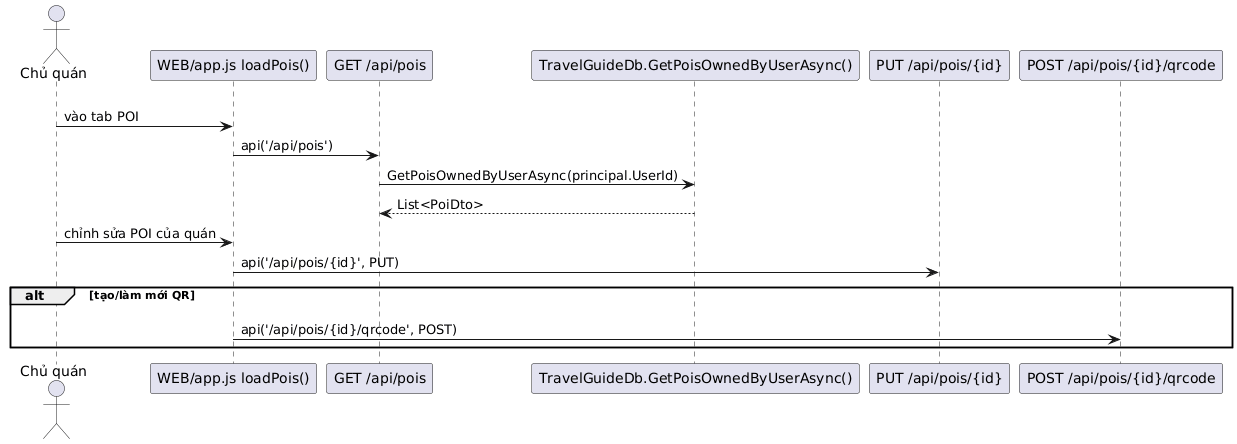
Earlier version of the PlantUML export Diagrams/SE Owner QuanLyPOI.png (hoangtri22/TravelGuide).
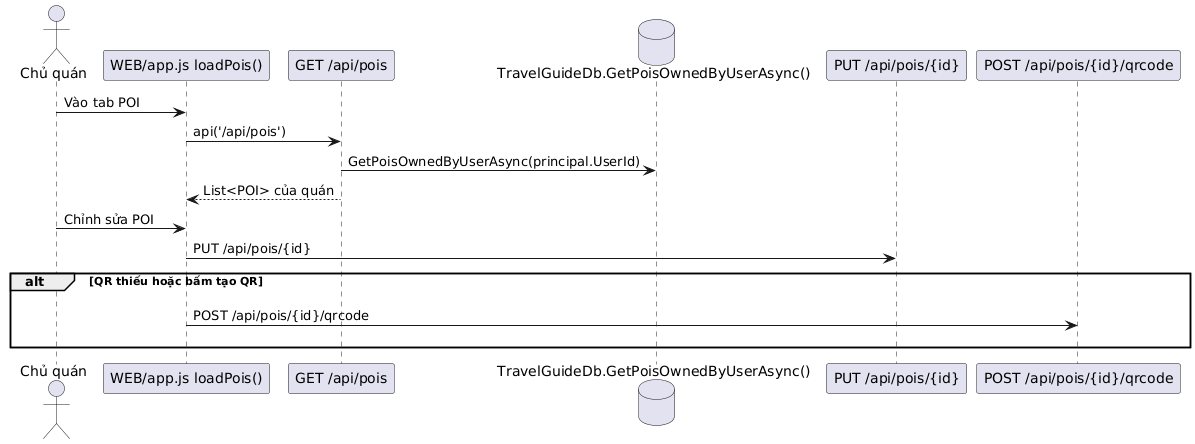
The same file after the commit.

What changed in the source:
```diff
@@ -1,20 +1,19 @@
 @startuml
 actor "Chủ quán" as O
-participant "WEB/app.js loadPois()" as JS
-participant "GET /api/pois" as API
-participant "TravelGuideDb.GetPoisOwnedByUserAsync()" as DB
-participant "PUT /api/pois/{id}" as PUTPOI
-participant "POST /api/pois/{id}/qrcode" as QRCODE
-
-O -[hidden]-> QRCODE
-O -> JS: vào tab POI
-JS -> API: api('/api/pois')
-API -> DB: GetPoisOwnedByUserAsync(principal.UserId)
-DB --> API: List<PoiDto>
-O -> JS: chỉnh sửa POI của quán
-JS -> PUTPOI: api('/api/pois/{id}', PUT)
-alt tạo/làm mới QR
-  O -[hidden]-> QRCODE
-  JS -> QRCODE: api('/api/pois/{id}/qrcode', POST)
+participant "WEB/app.js loadPois()" as FE
+participant "GET /api/pois" as GET
+database "TravelGuideDb.GetPoisOwnedByUserAsync()" as DB
+participant "PUT /api/pois/{id}" as PUT
+participant "POST /api/pois/{id}/qrcode" as QR
+O -> FE : Vào tab POI
+FE -> GET : api('/api/pois')
+GET -> DB : GetPoisOwnedByUserAsync(principal.UserId)
+GET --> FE : List<POI> của quán
+O -> FE : Chỉnh sửa POI
+FE -> PUT : PUT /api/pois/{id}
+alt QR thiếu hoặc bấm tạo QR
+  O -[hidden]-> QR
+  FE -> QR : POST /api/pois/{id}/qrcode
+  QR -[hidden]-> O
 end
 @enduml
```
